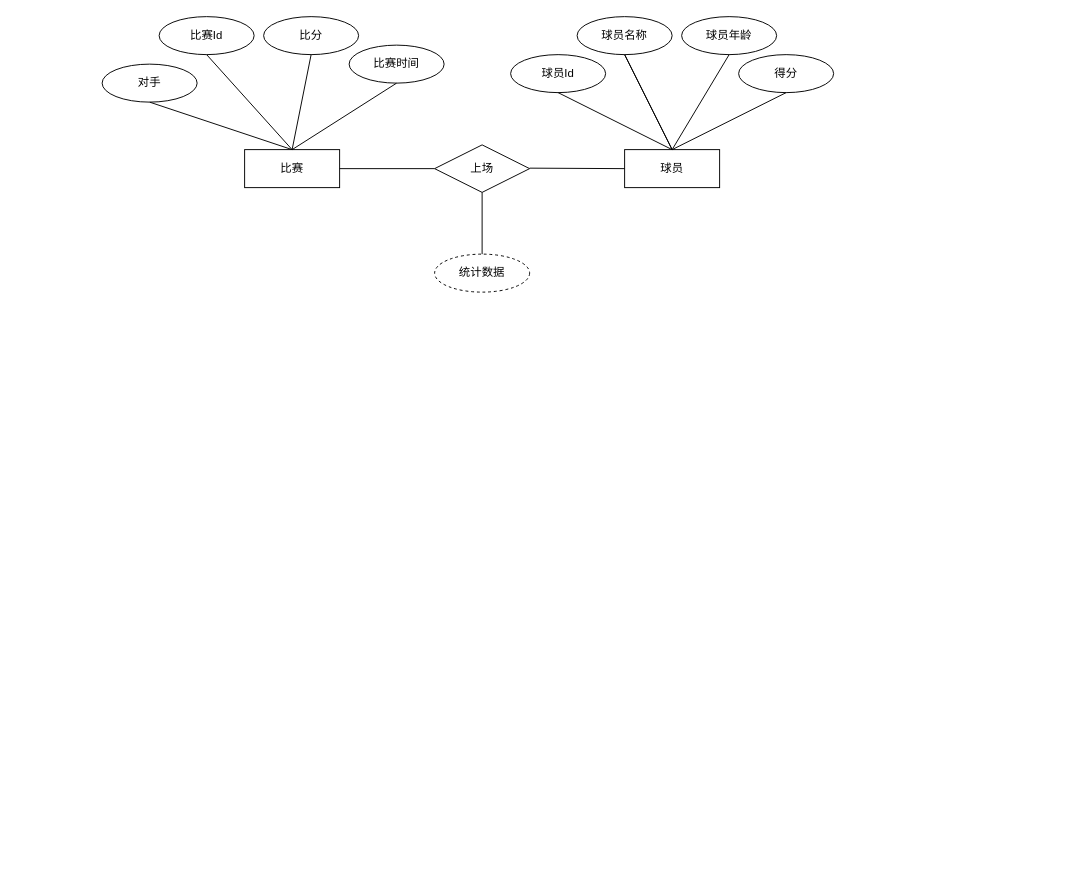
Richerlv/MyGraph keeps this draw.io diagram as 7.3ER图.drawio. Above is the earlier version. Source tidied: cells renumbered, new cells numbered last; positions are measured from the earlier drawing's top-left corner, leaving out a move shared by most shapes. Both pictures are drawn from the tidied source at 95%, with x=0, y=0 at pixel (102, 16).
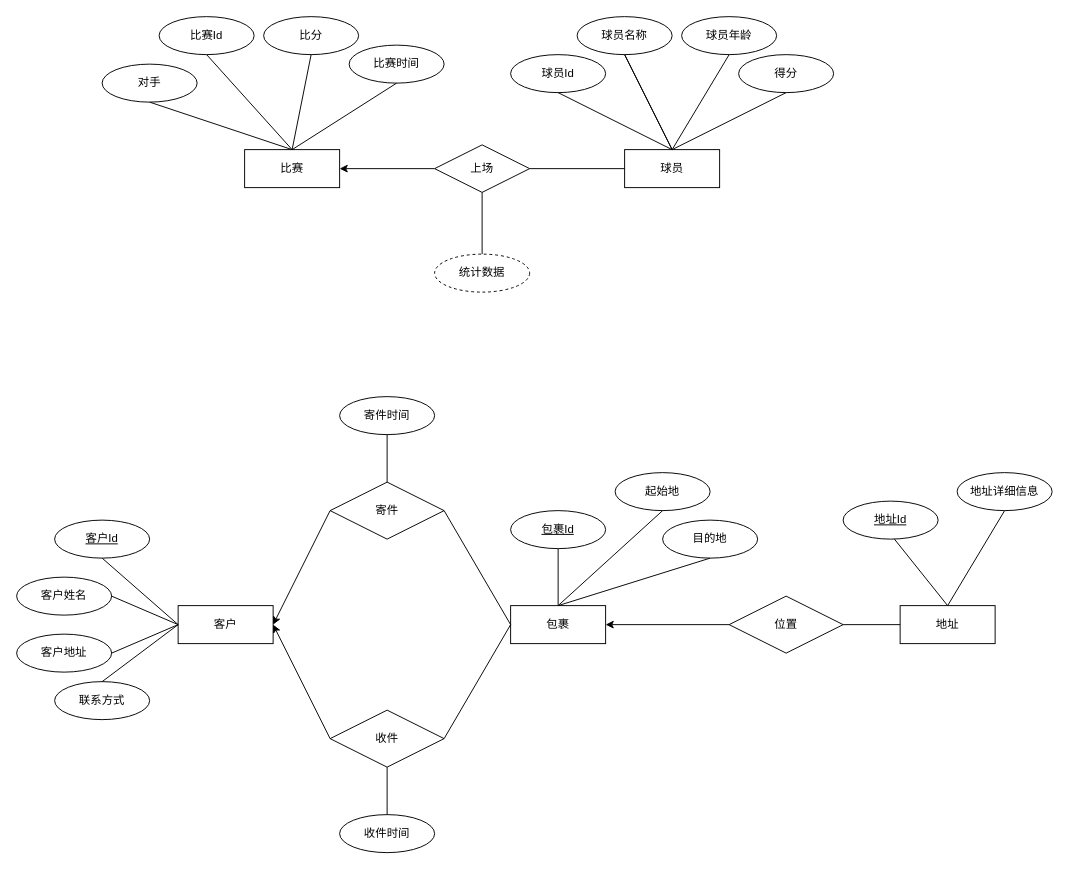
The same page after the edit.

The change refers to these unchanged cells:
```xml
<mxCell id="2" value="比赛" style="whiteSpace=wrap;html=1;align=center;" parent="1" vertex="1">
  <mxGeometry x="150" y="140" width="100" height="40" as="geometry" />
</mxCell>
<mxCell id="3" value="球员" style="whiteSpace=wrap;html=1;align=center;" parent="1" vertex="1">
  <mxGeometry x="550" y="140" width="100" height="40" as="geometry" />
</mxCell>
<mxCell id="4" value="上场" style="shape=rhombus;perimeter=rhombusPerimeter;whiteSpace=wrap;html=1;align=center;" parent="1" vertex="1">
  <mxGeometry x="350" y="135" width="100" height="50" as="geometry" />
</mxCell>
```

The edit, as a diff of the source:
```diff
@@
-    <mxCell id="7" style="endArrow=none;html=1;rounded=0;exitX=1;exitY=0.5;exitDx=0;exitDy=0;" parent="1" edge="1" source="2" target="4">
-      <mxGeometry relative="1" as="geometry" />
-    </mxCell>
@@
-    <mxCell id="10" style="endArrow=none;html=1;rounded=0;" parent="1" edge="1">
-      <mxGeometry relative="1" as="geometry">
-        <mxPoint x="450" y="159.5" as="sourcePoint" />
-        <mxPoint x="550" y="160" as="targetPoint" />
-      </mxGeometry>
-    </mxCell>
@@
+    <mxCell id="26" style="endArrow=none;html=1;rounded=0;entryX=0;entryY=0.5;entryDx=0;entryDy=0;exitX=1;exitY=0.5;exitDx=0;exitDy=0;" parent="1" edge="1" source="4" target="3">
+      <mxGeometry relative="1" as="geometry" />
+    </mxCell>
+    <mxCell id="27" value="客户" style="whiteSpace=wrap;html=1;align=center;" parent="1" vertex="1">
+      <mxGeometry x="80" y="620" width="100" height="40" as="geometry" />
+    </mxCell>
+    <mxCell id="28" value="包裹" style="whiteSpace=wrap;html=1;align=center;" parent="1" vertex="1">
+      <mxGeometry x="430" y="620" width="100" height="40" as="geometry" />
+    </mxCell>
+    <mxCell id="29" value="地址" style="whiteSpace=wrap;html=1;align=center;" parent="1" vertex="1">
+      <mxGeometry x="840" y="620" width="100" height="40" as="geometry" />
+    </mxCell>
+    <mxCell id="30" value="寄件" style="shape=rhombus;perimeter=rhombusPerimeter;whiteSpace=wrap;html=1;align=center;" parent="1" vertex="1">
+      <mxGeometry x="240" y="490" width="120" height="60" as="geometry" />
+    </mxCell>
+    <mxCell id="31" value="收件" style="shape=rhombus;perimeter=rhombusPerimeter;whiteSpace=wrap;html=1;align=center;" parent="1" vertex="1">
+      <mxGeometry x="240" y="730" width="120" height="60" as="geometry" />
+    </mxCell>
+    <mxCell id="32" style="endArrow=none;html=1;rounded=0;exitX=0;exitY=0.5;exitDx=0;exitDy=0;entryX=1;entryY=0.5;entryDx=0;entryDy=0;" parent="1" edge="1" source="28" target="30">
+      <mxGeometry relative="1" as="geometry" />
+    </mxCell>
+    <mxCell id="33" style="endArrow=none;html=1;rounded=0;entryX=0;entryY=0.5;entryDx=0;entryDy=0;exitX=1;exitY=0.5;exitDx=0;exitDy=0;" parent="1" edge="1" source="31" target="28">
+      <mxGeometry relative="1" as="geometry" />
+    </mxCell>
+    <mxCell id="34" style="edgeStyle=orthogonalEdgeStyle;rounded=0;jettySize=auto;html=1;entryX=1;entryY=0.5;entryDx=0;entryDy=0;" parent="1" edge="1" source="35" target="28">
+      <mxGeometry relative="1" as="geometry" />
+    </mxCell>
+    <mxCell id="35" value="位置" style="shape=rhombus;perimeter=rhombusPerimeter;whiteSpace=wrap;html=1;align=center;" parent="1" vertex="1">
+      <mxGeometry x="660" y="610" width="120" height="60" as="geometry" />
+    </mxCell>
+    <mxCell id="36" style="endArrow=none;html=1;rounded=0;exitX=1;exitY=0.5;exitDx=0;exitDy=0;entryX=0;entryY=0.5;entryDx=0;entryDy=0;" parent="1" edge="1" source="35" target="29">
+      <mxGeometry relative="1" as="geometry" />
+    </mxCell>
+    <mxCell id="37" value="客户姓名" style="ellipse;whiteSpace=wrap;html=1;align=center;" parent="1" vertex="1">
+      <mxGeometry x="-90" y="590" width="100" height="40" as="geometry" />
+    </mxCell>
+    <mxCell id="38" value="客户地址" style="ellipse;whiteSpace=wrap;html=1;align=center;" parent="1" vertex="1">
+      <mxGeometry x="-90" y="650" width="100" height="40" as="geometry" />
+    </mxCell>
+    <mxCell id="39" value="联系方式" style="ellipse;whiteSpace=wrap;html=1;align=center;" parent="1" vertex="1">
+      <mxGeometry x="-50" y="700" width="100" height="40" as="geometry" />
+    </mxCell>
+    <mxCell id="40" style="endArrow=none;html=1;rounded=0;exitX=0.5;exitY=1;exitDx=0;exitDy=0;entryX=0;entryY=0.5;entryDx=0;entryDy=0;" parent="1" edge="1" target="27">
+      <mxGeometry relative="1" as="geometry">
+        <mxPoint y="570" as="sourcePoint" />
+      </mxGeometry>
+    </mxCell>
+    <mxCell id="41" style="endArrow=none;html=1;rounded=0;exitX=1;exitY=0.5;exitDx=0;exitDy=0;" parent="1" edge="1" source="37">
+      <mxGeometry relative="1" as="geometry">
+        <mxPoint x="80" y="640" as="targetPoint" />
+      </mxGeometry>
+    </mxCell>
+    <mxCell id="42" style="endArrow=none;html=1;rounded=0;exitX=1;exitY=0.5;exitDx=0;exitDy=0;entryX=0;entryY=0.5;entryDx=0;entryDy=0;" parent="1" edge="1" source="38" target="27">
+      <mxGeometry relative="1" as="geometry" />
+    </mxCell>
+    <mxCell id="43" style="endArrow=none;html=1;rounded=0;exitX=0.5;exitY=0;exitDx=0;exitDy=0;" parent="1" edge="1" source="39">
+      <mxGeometry relative="1" as="geometry">
+        <mxPoint x="80" y="640" as="targetPoint" />
+      </mxGeometry>
+    </mxCell>
+    <mxCell id="44" style="edgeStyle=none;jettySize=auto;html=1;rounded=0;exitX=0;exitY=0.5;exitDx=0;exitDy=0;entryX=1;entryY=0.5;entryDx=0;entryDy=0;" parent="1" edge="1" source="30" target="27">
+      <mxGeometry relative="1" as="geometry" />
+    </mxCell>
+    <mxCell id="45" style="edgeStyle=none;jettySize=auto;html=1;rounded=0;exitX=0;exitY=0.5;exitDx=0;exitDy=0;entryX=1;entryY=0.5;entryDx=0;entryDy=0;" parent="1" edge="1" source="31" target="27">
+      <mxGeometry relative="1" as="geometry" />
+    </mxCell>
+    <mxCell id="46" style="edgeStyle=none;jettySize=auto;html=1;rounded=0;exitX=0;exitY=0.5;exitDx=0;exitDy=0;entryX=1;entryY=0.5;entryDx=0;entryDy=0;" parent="1" edge="1" source="4" target="2">
+      <mxGeometry relative="1" as="geometry" />
+    </mxCell>
+    <mxCell id="47" value="地址详细信息" style="ellipse;whiteSpace=wrap;html=1;align=center;" parent="1" vertex="1">
+      <mxGeometry x="900" y="480" width="100" height="40" as="geometry" />
+    </mxCell>
+    <mxCell id="48" style="endArrow=none;html=1;rounded=0;exitX=0.5;exitY=0;exitDx=0;exitDy=0;entryX=0.5;entryY=1;entryDx=0;entryDy=0;" parent="1" edge="1" source="29">
+      <mxGeometry relative="1" as="geometry">
+        <mxPoint x="830" y="545" as="targetPoint" />
+      </mxGeometry>
+    </mxCell>
+    <mxCell id="49" style="endArrow=none;html=1;rounded=0;exitX=0.5;exitY=1;exitDx=0;exitDy=0;entryX=0.5;entryY=0;entryDx=0;entryDy=0;" parent="1" edge="1" source="47" target="29">
+      <mxGeometry relative="1" as="geometry" />
+    </mxCell>
+    <mxCell id="50" value="寄件时间" style="ellipse;whiteSpace=wrap;html=1;align=center;" parent="1" vertex="1">
+      <mxGeometry x="250" y="400" width="100" height="40" as="geometry" />
+    </mxCell>
+    <mxCell id="51" value="收件时间" style="ellipse;whiteSpace=wrap;html=1;align=center;" parent="1" vertex="1">
+      <mxGeometry x="250" y="840" width="100" height="40" as="geometry" />
+    </mxCell>
+    <mxCell id="52" style="endArrow=none;html=1;rounded=0;exitX=0.5;exitY=0;exitDx=0;exitDy=0;entryX=0.5;entryY=1;entryDx=0;entryDy=0;" parent="1" edge="1" source="30" target="50">
+      <mxGeometry relative="1" as="geometry" />
+    </mxCell>
+    <mxCell id="53" style="endArrow=none;html=1;rounded=0;exitX=0.5;exitY=0;exitDx=0;exitDy=0;entryX=0.5;entryY=1;entryDx=0;entryDy=0;" parent="1" edge="1" source="51" target="31">
+      <mxGeometry relative="1" as="geometry" />
+    </mxCell>
+    <mxCell id="54" value="起始地" style="ellipse;whiteSpace=wrap;html=1;align=center;" parent="1" vertex="1">
+      <mxGeometry x="540" y="480" width="100" height="40" as="geometry" />
+    </mxCell>
+    <mxCell id="55" value="目的地" style="ellipse;whiteSpace=wrap;html=1;align=center;" parent="1" vertex="1">
+      <mxGeometry x="590" y="530" width="100" height="40" as="geometry" />
+    </mxCell>
+    <mxCell id="56" style="endArrow=none;html=1;rounded=0;exitX=0.5;exitY=0;exitDx=0;exitDy=0;entryX=0.5;entryY=1;entryDx=0;entryDy=0;" parent="1" edge="1" source="28">
+      <mxGeometry relative="1" as="geometry">
+        <mxPoint x="480" y="560" as="targetPoint" />
+      </mxGeometry>
+    </mxCell>
+    <mxCell id="57" style="endArrow=none;html=1;rounded=0;entryX=0.5;entryY=1;entryDx=0;entryDy=0;" parent="1" edge="1" target="54">
+      <mxGeometry relative="1" as="geometry">
+        <mxPoint x="480" y="620" as="sourcePoint" />
+      </mxGeometry>
+    </mxCell>
+    <mxCell id="58" style="endArrow=none;html=1;rounded=0;exitX=0.5;exitY=0;exitDx=0;exitDy=0;entryX=0.5;entryY=1;entryDx=0;entryDy=0;" parent="1" edge="1" source="28" target="55">
+      <mxGeometry relative="1" as="geometry" />
+    </mxCell>
+    <mxCell id="59" value="客户Id" style="ellipse;whiteSpace=wrap;html=1;align=center;fontStyle=4;" parent="1" vertex="1">
+      <mxGeometry x="-50" y="530" width="100" height="40" as="geometry" />
+    </mxCell>
+    <mxCell id="60" value="包裹Id" style="ellipse;whiteSpace=wrap;html=1;align=center;fontStyle=4;" parent="1" vertex="1">
+      <mxGeometry x="430" y="520" width="100" height="40" as="geometry" />
+    </mxCell>
+    <mxCell id="61" value="地址Id" style="ellipse;whiteSpace=wrap;html=1;align=center;fontStyle=4;" parent="1" vertex="1">
+      <mxGeometry x="780" y="510" width="100" height="40" as="geometry" />
+    </mxCell>
```
